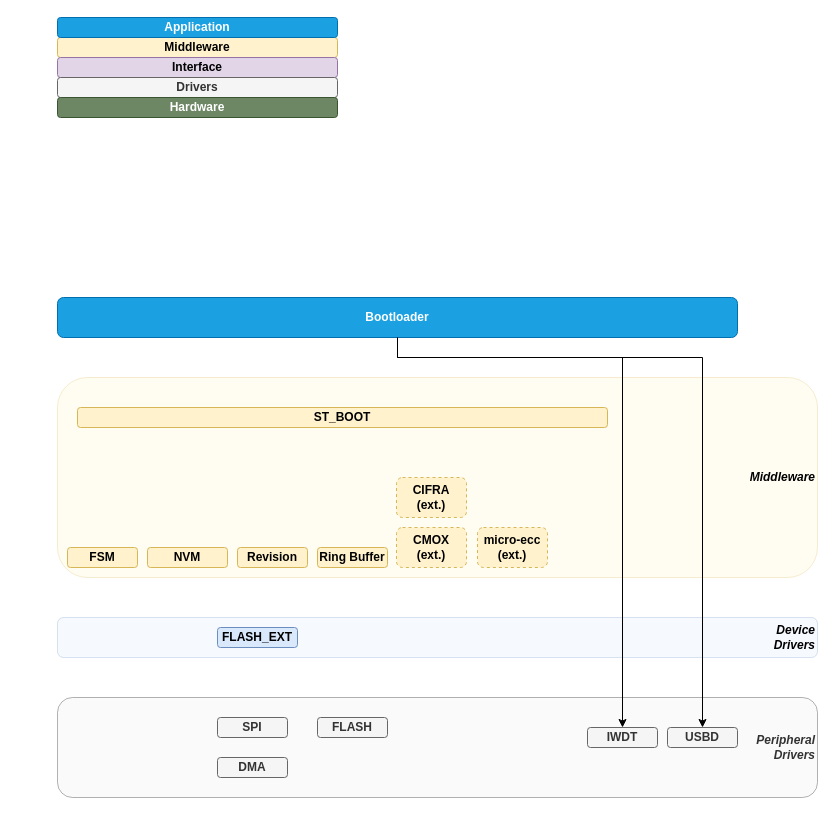
This is page "Static architecture" (6 of 6) of doc/Bootloader_Drawings.drawio from GeneralEmbeddedCLibraries/boot, a draw.io file, before an edit. Source tidied: cells renumbered, new cells numbered last; positions are measured from the earlier drawing's top-left corner, leaving out a move shared by most shapes. Both pictures are drawn from the tidied source at 100%, with x=0, y=0 at pixel (57, 17).
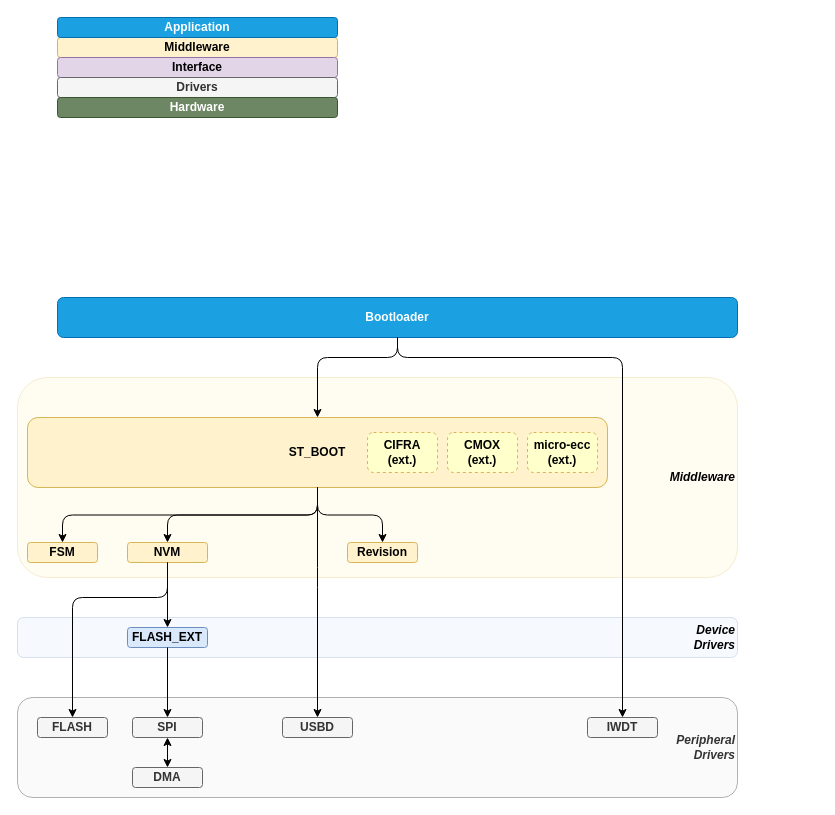
Above is the later version.

Commit message:
- updated static architecture

The change refers to these unchanged cells:
```xml
<mxCell id="19" value="Bootloader" style="rounded=1;whiteSpace=wrap;html=1;fillColor=#1ba1e2;strokeColor=#006EAF;fontStyle=1;fontColor=#ffffff;" parent="1" vertex="1">
  <mxGeometry y="280" width="680" height="40" as="geometry" />
</mxCell>
```

Diff of the diagram source:
```diff
@@
     <mxCell id="2" value="Middleware" style="rounded=1;whiteSpace=wrap;html=1;fillColor=#fff2cc;strokeColor=#d6b656;fontStyle=3;opacity=25;align=right;" parent="1" vertex="1">
-      <mxGeometry y="360" width="760" height="200" as="geometry" />
+      <mxGeometry x="-40" y="360" width="720" height="200" as="geometry" />
     </mxCell>
     <mxCell id="3" value="Device&lt;br&gt;Drivers" style="rounded=1;whiteSpace=wrap;html=1;fillColor=#dae8fc;strokeColor=#6c8ebf;fontStyle=3;opacity=25;align=right;" parent="1" vertex="1">
-      <mxGeometry y="600" width="760" height="40" as="geometry" />
+      <mxGeometry x="-40" y="600" width="720" height="40" as="geometry" />
     </mxCell>
     <mxCell id="4" value="Peripheral&lt;br&gt;Drivers" style="rounded=1;whiteSpace=wrap;html=1;fillColor=#f5f5f5;fontColor=#333333;strokeColor=#666666;fontStyle=3;align=right;verticalAlign=middle;opacity=50;" parent="1" vertex="1">
-      <mxGeometry y="680" width="760" height="100" as="geometry" />
+      <mxGeometry x="-40" y="680" width="720" height="100" as="geometry" />
     </mxCell>
@@
     <mxCell id="11" value="DMA" style="rounded=1;whiteSpace=wrap;html=1;fillColor=#f5f5f5;fontColor=#333333;strokeColor=#666666;fontStyle=1;" parent="1" vertex="1">
-      <mxGeometry x="160" y="740" width="70" height="20" as="geometry" />
+      <mxGeometry x="75" y="750" width="70" height="20" as="geometry" />
     </mxCell>
     <mxCell id="12" value="SPI" style="rounded=1;whiteSpace=wrap;html=1;fillColor=#f5f5f5;fontColor=#333333;strokeColor=#666666;fontStyle=1;" parent="1" vertex="1">
-      <mxGeometry x="160" y="700" width="70" height="20" as="geometry" />
+      <mxGeometry x="75" y="700" width="70" height="20" as="geometry" />
     </mxCell>
     <mxCell id="13" value="FLASH" style="rounded=1;whiteSpace=wrap;html=1;fillColor=#f5f5f5;fontColor=#333333;strokeColor=#666666;fontStyle=1;" parent="1" vertex="1">
-      <mxGeometry x="260" y="700" width="70" height="20" as="geometry" />
+      <mxGeometry x="-20" y="700" width="70" height="20" as="geometry" />
     </mxCell>
     <mxCell id="14" value="FLASH_EXT" style="rounded=1;whiteSpace=wrap;html=1;fillColor=#dae8fc;strokeColor=#6c8ebf;fontStyle=1;" parent="1" vertex="1">
-      <mxGeometry x="160" y="610" width="80" height="20" as="geometry" />
+      <mxGeometry x="70" y="610" width="80" height="20" as="geometry" />
     </mxCell>
     <mxCell id="15" value="ST_BOOT" style="rounded=1;whiteSpace=wrap;html=1;fillColor=#fff2cc;strokeColor=#d6b656;fontStyle=1;" parent="1" vertex="1">
-      <mxGeometry x="20" y="390" width="530" height="20" as="geometry" />
+      <mxGeometry x="-30" y="400" width="580" height="70" as="geometry" />
     </mxCell>
     <mxCell id="16" value="Revision" style="rounded=1;whiteSpace=wrap;html=1;fillColor=#fff2cc;strokeColor=#d6b656;fontStyle=1;" parent="1" vertex="1">
-      <mxGeometry x="180" y="530" width="70" height="20" as="geometry" />
+      <mxGeometry x="290" y="525" width="70" height="20" as="geometry" />
     </mxCell>
     <mxCell id="17" value="NVM" style="rounded=1;whiteSpace=wrap;html=1;fillColor=#fff2cc;strokeColor=#d6b656;fontStyle=1;" parent="1" vertex="1">
-      <mxGeometry x="90" y="530" width="80" height="20" as="geometry" />
+      <mxGeometry x="70" y="525" width="80" height="20" as="geometry" />
     </mxCell>
     <mxCell id="18" value="IWDT" style="rounded=1;whiteSpace=wrap;html=1;fillColor=#f5f5f5;fontColor=#333333;strokeColor=#666666;fontStyle=1;" parent="1" vertex="1">
-      <mxGeometry x="530" y="710" width="70" height="20" as="geometry" />
+      <mxGeometry x="530" y="700" width="70" height="20" as="geometry" />
     </mxCell>
@@
     <mxCell id="20" value="USBD" style="rounded=1;whiteSpace=wrap;html=1;fillColor=#f5f5f5;fontColor=#333333;strokeColor=#666666;fontStyle=1;" parent="1" vertex="1">
-      <mxGeometry x="610" y="710" width="70" height="20" as="geometry" />
+      <mxGeometry x="225" y="700" width="70" height="20" as="geometry" />
     </mxCell>
     <mxCell id="21" value="FSM" style="rounded=1;whiteSpace=wrap;html=1;fillColor=#fff2cc;strokeColor=#d6b656;fontStyle=1;" parent="1" vertex="1">
-      <mxGeometry x="10" y="530" width="70" height="20" as="geometry" />
+      <mxGeometry x="-30" y="525" width="70" height="20" as="geometry" />
     </mxCell>
-    <mxCell id="22" value="Ring Buffer" style="rounded=1;whiteSpace=wrap;html=1;fillColor=#fff2cc;strokeColor=#d6b656;fontStyle=1;" parent="1" vertex="1">
-      <mxGeometry x="260" y="530" width="70" height="20" as="geometry" />
-    </mxCell>
-    <mxCell id="23" value="CMOX&lt;br&gt;(ext.)" style="rounded=1;whiteSpace=wrap;html=1;fillColor=#fff2cc;strokeColor=#d6b656;fontStyle=1;dashed=1;" parent="1" vertex="1">
-      <mxGeometry x="339" y="510" width="70" height="40" as="geometry" />
+    <mxCell id="23" value="CMOX&lt;br&gt;(ext.)" style="rounded=1;whiteSpace=wrap;html=1;fillColor=#FFFFCC;strokeColor=#d6b656;fontStyle=1;dashed=1;" parent="1" vertex="1">
+      <mxGeometry x="390" y="415" width="70" height="40" as="geometry" />
     </mxCell>
-    <mxCell id="24" value="CIFRA&lt;br&gt;(ext.)" style="rounded=1;whiteSpace=wrap;html=1;fillColor=#fff2cc;strokeColor=#d6b656;fontStyle=1;dashed=1;" parent="1" vertex="1">
-      <mxGeometry x="339" y="460" width="70" height="40" as="geometry" />
+    <mxCell id="24" value="CIFRA&lt;br&gt;(ext.)" style="rounded=1;whiteSpace=wrap;html=1;fillColor=#FFFFCC;strokeColor=#d6b656;fontStyle=1;dashed=1;" parent="1" vertex="1">
+      <mxGeometry x="310" y="415" width="70" height="40" as="geometry" />
     </mxCell>
-    <mxCell id="25" value="micro-ecc&lt;br&gt;(ext.)" style="rounded=1;whiteSpace=wrap;html=1;fillColor=#fff2cc;strokeColor=#d6b656;fontStyle=1;dashed=1;" parent="1" vertex="1">
-      <mxGeometry x="420" y="510" width="70" height="40" as="geometry" />
+    <mxCell id="25" value="micro-ecc&lt;br&gt;(ext.)" style="rounded=1;whiteSpace=wrap;html=1;fillColor=#FFFFCC;strokeColor=#d6b656;fontStyle=1;dashed=1;" parent="1" vertex="1">
+      <mxGeometry x="470" y="415" width="70" height="40" as="geometry" />
     </mxCell>
-    <mxCell id="26" style="endArrow=classic;html=1;rounded=0;exitX=0.5;exitY=1;exitDx=0;exitDy=0;entryX=0.5;entryY=0;entryDx=0;entryDy=0;edgeStyle=orthogonalEdgeStyle;" parent="1" edge="1" source="19" target="18">
+    <mxCell id="26" style="endArrow=classic;html=1;exitX=0.5;exitY=1;exitDx=0;exitDy=0;entryX=0.5;entryY=0;entryDx=0;entryDy=0;edgeStyle=orthogonalEdgeStyle;jumpStyle=none;rounded=1;" parent="1" edge="1" source="19" target="18">
       <mxGeometry relative="1" as="geometry">
         <Array as="points">
           <mxPoint x="340" y="340" />
           <mxPoint x="565" y="340" />
         </Array>
       </mxGeometry>
     </mxCell>
-    <mxCell id="27" style="endArrow=classic;html=1;rounded=0;exitX=0.5;exitY=1;exitDx=0;exitDy=0;entryX=0.5;entryY=0;entryDx=0;entryDy=0;edgeStyle=orthogonalEdgeStyle;" parent="1" edge="1" source="19" target="20">
-      <mxGeometry relative="1" as="geometry">
-        <Array as="points">
-          <mxPoint x="340" y="340" />
-          <mxPoint x="645" y="340" />
-        </Array>
-      </mxGeometry>
-    </mxCell>
+    <mxCell id="28" style="endArrow=classic;html=1;rounded=0;entryX=0.5;entryY=0;entryDx=0;entryDy=0;exitX=0.5;exitY=1;exitDx=0;exitDy=0;" parent="1" edge="1" source="17" target="14">
+      <mxGeometry relative="1" as="geometry" />
+    </mxCell>
+    <mxCell id="29" style="endArrow=classic;html=1;exitX=0.5;exitY=1;exitDx=0;exitDy=0;entryX=0.5;entryY=0;entryDx=0;entryDy=0;edgeStyle=orthogonalEdgeStyle;jumpStyle=none;rounded=1;" parent="1" edge="1" source="17" target="13">
+      <mxGeometry relative="1" as="geometry">
+        <Array as="points">
+          <mxPoint x="110" y="580" />
+          <mxPoint x="15" y="580" />
+        </Array>
+      </mxGeometry>
+    </mxCell>
+    <mxCell id="30" style="endArrow=classic;startArrow=classic;html=1;rounded=0;entryX=0.5;entryY=1;entryDx=0;entryDy=0;exitX=0.5;exitY=0;exitDx=0;exitDy=0;" parent="1" edge="1" source="11" target="12">
+      <mxGeometry relative="1" as="geometry" />
+    </mxCell>
+    <mxCell id="31" style="endArrow=classic;html=1;rounded=1;exitX=0.5;exitY=1;exitDx=0;exitDy=0;edgeStyle=orthogonalEdgeStyle;" parent="1" edge="1" source="15" target="20">
+      <mxGeometry relative="1" as="geometry">
+        <Array as="points">
+          <mxPoint x="260" y="560" />
+          <mxPoint x="260" y="560" />
+        </Array>
+      </mxGeometry>
+    </mxCell>
+    <mxCell id="32" style="endArrow=classic;html=1;rounded=1;entryX=0.5;entryY=0;entryDx=0;entryDy=0;exitX=0.5;exitY=1;exitDx=0;exitDy=0;edgeStyle=orthogonalEdgeStyle;" parent="1" edge="1" source="15" target="21">
+      <mxGeometry relative="1" as="geometry" />
+    </mxCell>
+    <mxCell id="33" style="endArrow=classic;html=1;rounded=1;entryX=0.5;entryY=0;entryDx=0;entryDy=0;exitX=0.5;exitY=1;exitDx=0;exitDy=0;edgeStyle=orthogonalEdgeStyle;" parent="1" edge="1" source="15" target="17">
+      <mxGeometry relative="1" as="geometry" />
+    </mxCell>
+    <mxCell id="34" style="endArrow=classic;html=1;rounded=1;exitX=0.5;exitY=1;exitDx=0;exitDy=0;entryX=0.5;entryY=0;entryDx=0;entryDy=0;edgeStyle=orthogonalEdgeStyle;" parent="1" edge="1" source="15" target="16">
+      <mxGeometry relative="1" as="geometry" />
+    </mxCell>
+    <mxCell id="35" style="endArrow=classic;html=1;rounded=0;entryX=0.5;entryY=0;entryDx=0;entryDy=0;exitX=0.5;exitY=1;exitDx=0;exitDy=0;" parent="1" edge="1" source="14" target="12">
+      <mxGeometry relative="1" as="geometry" />
+    </mxCell>
+    <mxCell id="36" style="endArrow=classic;html=1;rounded=1;exitX=0.5;exitY=1;exitDx=0;exitDy=0;entryX=0.5;entryY=0;entryDx=0;entryDy=0;edgeStyle=orthogonalEdgeStyle;" parent="1" edge="1" source="19" target="15">
+      <mxGeometry relative="1" as="geometry">
+        <Array as="points">
+          <mxPoint x="340" y="340" />
+          <mxPoint x="260" y="340" />
+        </Array>
+      </mxGeometry>
+    </mxCell>
```
